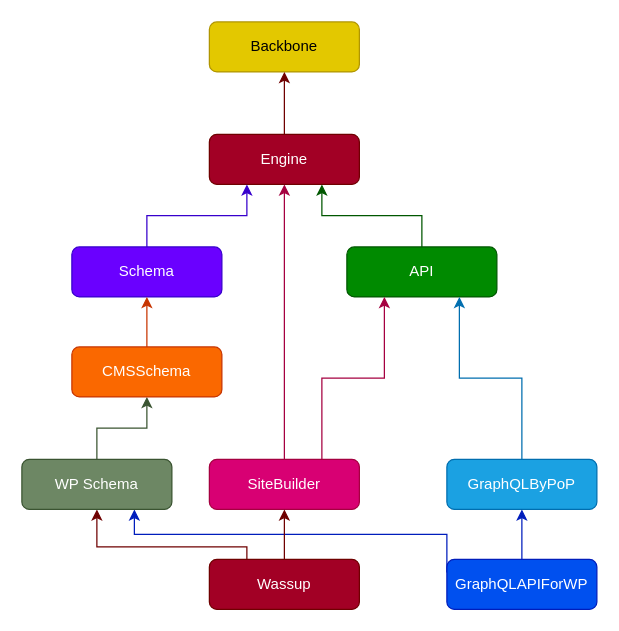
Above: assets/src/img/dependency-graph.svg.drawio in GatoGraphQL/GatoGraphQL (draw.io), before the change. Source tidied: cells renumbered, new cells numbered last; positions are measured from the earlier drawing's top-left corner, leaving out a move shared by most shapes. Both pictures are drawn from the tidied source at 125%, with x=0, y=0 at pixel (21, 21).
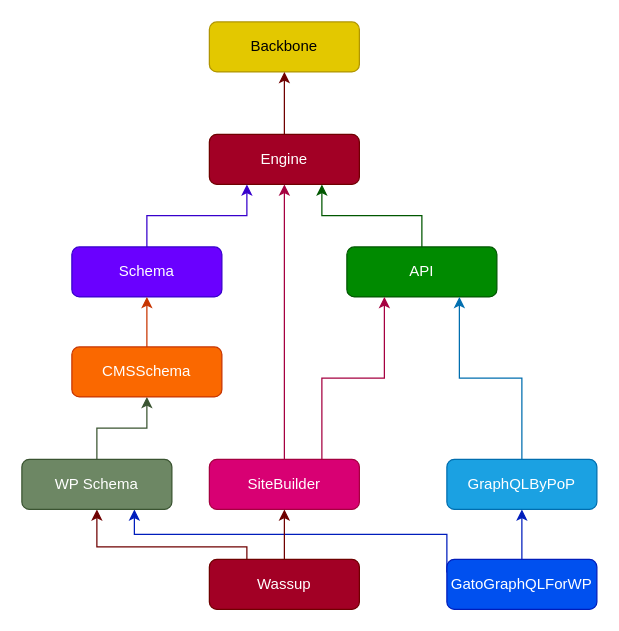
The same diagram, later.

What changed in the source:
```diff
@@
-    <mxCell id="9" value="GraphQLAPIForWP" style="rounded=1;whiteSpace=wrap;html=1;fillColor=#0050ef;strokeColor=#001DBC;fontColor=#ffffff;" parent="1" vertex="1">
+    <mxCell id="9" value="GatoGraphQLForWP" style="rounded=1;whiteSpace=wrap;html=1;fillColor=#0050ef;strokeColor=#001DBC;fontColor=#ffffff;" parent="1" vertex="1">
       <mxGeometry x="340" y="430" width="120" height="40" as="geometry" />
     </mxCell>
```
